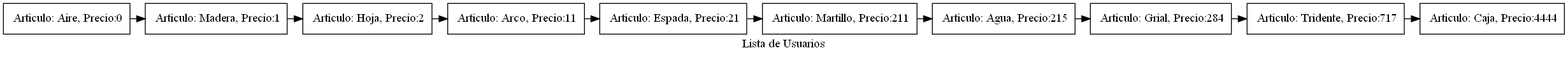
EdgarAlvarez-ROL/-EDD_2S-BatallaNaval_202001144 keeps this Graphviz diagram as Fase 1/ArticulosOrdenASC.png. Above is the earlier version. Its source is kept beside it as Fase 1/ArticulosOrdenASC.dot. Its diagram source:
```dot
digraph G {
label="Lista de Usuarios";
node [shape=box];
Arti10[label=" Articulo: Aire, Precio:0"];
Arti9[label=" Articulo: Madera, Precio:1"];
Arti3[label=" Articulo: Hoja, Precio:2"];
Arti6[label=" Articulo: Arco, Precio:11"];
Arti2[label=" Articulo: Espada, Precio:21"];
Arti7[label=" Articulo: Martillo, Precio:211"];
Arti4[label=" Articulo: Agua, Precio:215"];
Arti5[label=" Articulo: Grial, Precio:284"];
Arti8[label=" Articulo: Tridente, Precio:717"];
Arti1[label=" Articulo: Caja, Precio:4444"];
{rank=same;
Arti10->Arti9->Arti3->Arti6->Arti2->Arti7->Arti4->Arti5->Arti8->Arti1

}
}
```
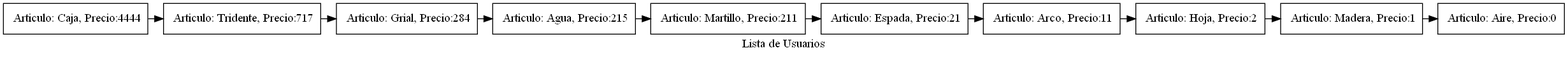
The same file after the commit.

The edit, as a diff of the source:
```diff
@@ -1,18 +1,18 @@
 digraph G {
 label="Lista de Usuarios";
 node [shape=box];
+Arti1[label=" Articulo: Caja, Precio:4444"];
+Arti8[label=" Articulo: Tridente, Precio:717"];
+Arti5[label=" Articulo: Grial, Precio:284"];
+Arti4[label=" Articulo: Agua, Precio:215"];
+Arti7[label=" Articulo: Martillo, Precio:211"];
+Arti2[label=" Articulo: Espada, Precio:21"];
+Arti6[label=" Articulo: Arco, Precio:11"];
+Arti3[label=" Articulo: Hoja, Precio:2"];
+Arti9[label=" Articulo: Madera, Precio:1"];
 Arti10[label=" Articulo: Aire, Precio:0"];
-Arti9[label=" Articulo: Madera, Precio:1"];
-Arti3[label=" Articulo: Hoja, Precio:2"];
-Arti6[label=" Articulo: Arco, Precio:11"];
-Arti2[label=" Articulo: Espada, Precio:21"];
-Arti7[label=" Articulo: Martillo, Precio:211"];
-Arti4[label=" Articulo: Agua, Precio:215"];
-Arti5[label=" Articulo: Grial, Precio:284"];
-Arti8[label=" Articulo: Tridente, Precio:717"];
-Arti1[label=" Articulo: Caja, Precio:4444"];
 {rank=same;
-Arti10->Arti9->Arti3->Arti6->Arti2->Arti7->Arti4->Arti5->Arti8->Arti1
+Arti1->Arti8->Arti5->Arti4->Arti7->Arti2->Arti6->Arti3->Arti9->Arti10
 
 }
 }
```
